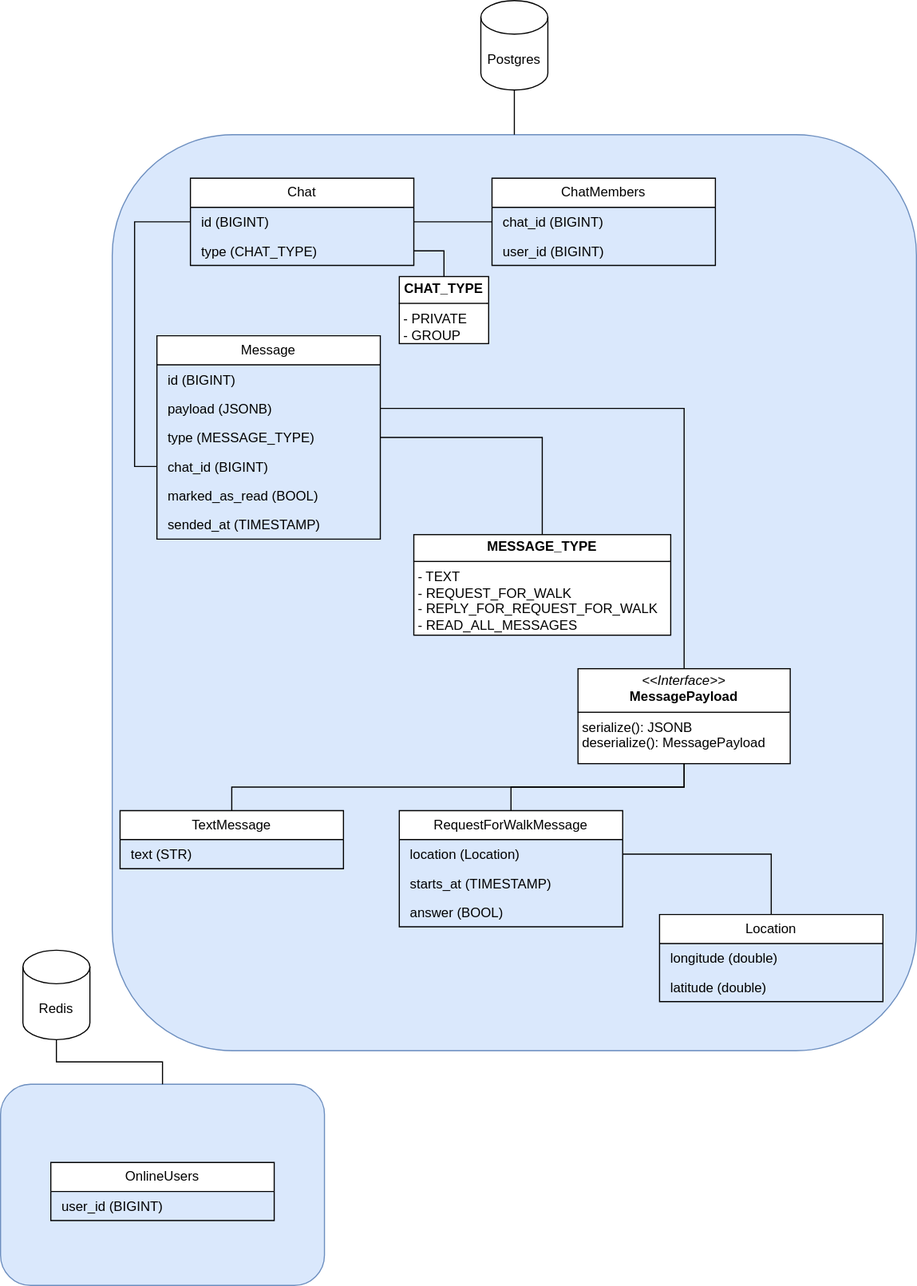
Above: doc/img/domain_model.drawio.svg in ru-random-walk/chat-service (draw.io), before the change. Source tidied: cells renumbered, new cells last; positions are measured from the earlier drawing's top-left corner, leaving out a move shared by most shapes.
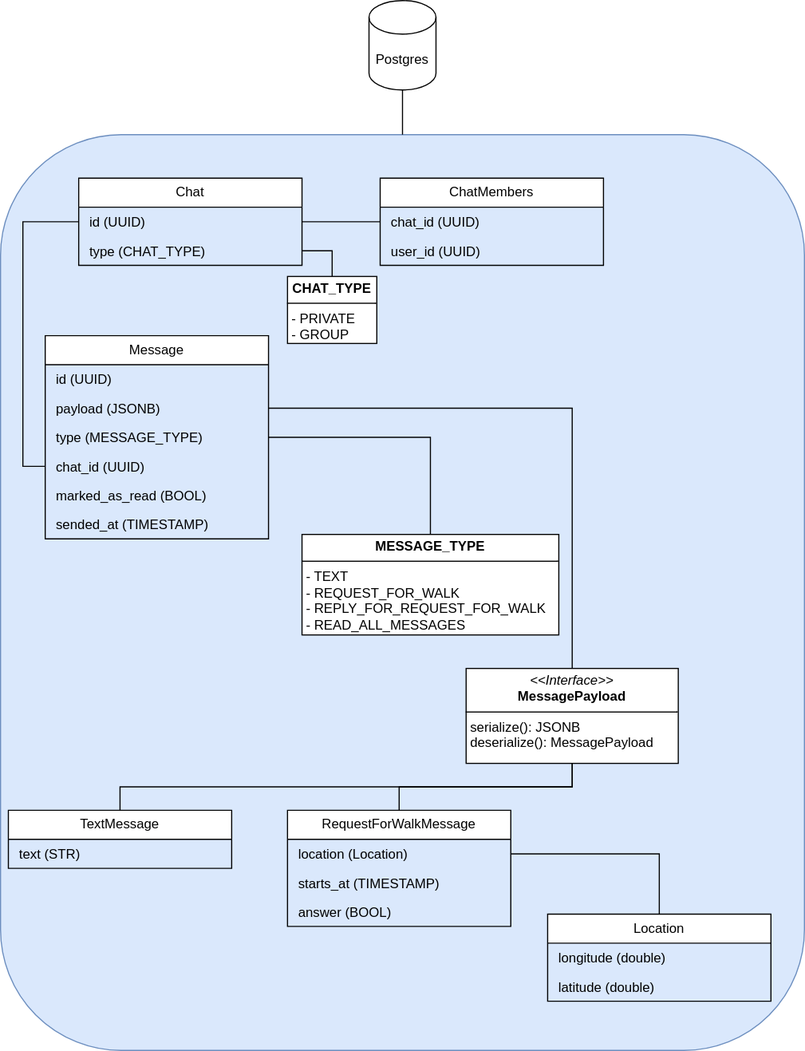
After the commit.

The edit, as a diff of the source:
```diff
@@ -2,16 +2,13 @@
   <root>
     <mxCell id="0" />
     <mxCell id="1" parent="0" />
-    <mxCell id="2" style="rounded=1;whiteSpace=wrap;html=1;fontFamily=Helvetica;fontSize=11;labelBackgroundColor=default;fillColor=#dae8fc;strokeColor=#6c8ebf;" parent="1" vertex="1">
-      <mxGeometry y="970" width="290" height="180" as="geometry" />
-    </mxCell>
     <mxCell id="3" style="rounded=1;whiteSpace=wrap;html=1;fontFamily=Helvetica;fontSize=11;labelBackgroundColor=default;fillColor=#dae8fc;strokeColor=#6c8ebf;" parent="1" vertex="1">
       <mxGeometry x="100" y="120" width="720" height="820" as="geometry" />
     </mxCell>
     <mxCell id="4" value="Message" style="swimlane;fontStyle=0;horizontal=1;startSize=26;fillColor=#FFFFFF;whiteSpace=wrap;html=1;" parent="1" vertex="1">
       <mxGeometry x="140" y="300" width="200" height="182" as="geometry" />
     </mxCell>
-    <mxCell id="5" value="&lt;p style=&quot;margin: 0px 0px 0px 4px;&quot;&gt;id (BIGINT)&lt;/p&gt;" style="text;strokeColor=none;fillColor=none;align=left;verticalAlign=top;spacingLeft=4;spacingRight=4;overflow=hidden;whiteSpace=wrap;html=1;" parent="4" vertex="1">
+    <mxCell id="5" value="&lt;p style=&quot;margin: 0px 0px 0px 4px;&quot;&gt;id (UUID)&lt;/p&gt;" style="text;strokeColor=none;fillColor=none;align=left;verticalAlign=top;spacingLeft=4;spacingRight=4;overflow=hidden;whiteSpace=wrap;html=1;" parent="4" vertex="1">
       <mxGeometry y="26" width="200" height="26" as="geometry" />
     </mxCell>
     <mxCell id="6" value="&lt;p style=&quot;margin: 0px 0px 0px 4px;&quot;&gt;payload (JSONB)&lt;/p&gt;" style="text;strokeColor=none;fillColor=none;align=left;verticalAlign=top;spacingLeft=4;spacingRight=4;overflow=hidden;points=[[0,0.5],[1,0.5]];portConstraint=eastwest;whiteSpace=wrap;html=1;" parent="4" vertex="1">
@@ -20,7 +17,7 @@
     <mxCell id="7" value="&lt;div&gt;&lt;p style=&quot;margin: 0px 0px 0px 4px;&quot;&gt;type (MESSAGE_TYPE)&lt;/p&gt;&lt;/div&gt;" style="text;strokeColor=none;fillColor=none;align=left;verticalAlign=top;spacingLeft=4;spacingRight=4;overflow=hidden;points=[[0,0.5],[1,0.5]];portConstraint=eastwest;whiteSpace=wrap;html=1;" parent="4" vertex="1">
       <mxGeometry y="78" width="200" height="26" as="geometry" />
     </mxCell>
-    <mxCell id="8" value="&lt;p style=&quot;margin: 0px 0px 0px 4px;&quot;&gt;chat_id (BIGINT)&lt;br&gt;&lt;/p&gt;" style="text;strokeColor=none;fillColor=none;align=left;verticalAlign=top;spacingLeft=4;spacingRight=4;overflow=hidden;points=[[0,0.5],[1,0.5]];portConstraint=eastwest;whiteSpace=wrap;html=1;" parent="4" vertex="1">
+    <mxCell id="8" value="&lt;p style=&quot;margin: 0px 0px 0px 4px;&quot;&gt;chat_id (UUID)&lt;br&gt;&lt;/p&gt;" style="text;strokeColor=none;fillColor=none;align=left;verticalAlign=top;spacingLeft=4;spacingRight=4;overflow=hidden;points=[[0,0.5],[1,0.5]];portConstraint=eastwest;whiteSpace=wrap;html=1;" parent="4" vertex="1">
       <mxGeometry y="104" width="200" height="26" as="geometry" />
     </mxCell>
     <mxCell id="9" value="&lt;p style=&quot;margin: 0px 0px 0px 4px;&quot;&gt;marked_as_read (BOOL)&lt;/p&gt;" style="text;strokeColor=none;fillColor=none;align=left;verticalAlign=top;spacingLeft=4;spacingRight=4;overflow=hidden;whiteSpace=wrap;html=1;" parent="4" vertex="1">
@@ -77,18 +74,6 @@
     <mxCell id="26" style="edgeStyle=orthogonalEdgeStyle;rounded=0;jettySize=auto;html=1;exitX=1;exitY=0.5;exitDx=0;exitDy=0;endArrow=none;endFill=0;" parent="1" edge="1" source="20" target="23">
       <mxGeometry relative="1" as="geometry" />
     </mxCell>
-    <mxCell id="27" value="OnlineUsers" style="swimlane;fontStyle=0;horizontal=1;startSize=26;fillColor=#FFFFFF;whiteSpace=wrap;html=1;" parent="1" vertex="1">
-      <mxGeometry x="45" y="1040" width="200" height="52" as="geometry" />
-    </mxCell>
-    <mxCell id="28" value="&lt;p style=&quot;margin: 0px 0px 0px 4px;&quot;&gt;&lt;span style=&quot;background-color: initial;&quot;&gt;user_id (BIGINT)&lt;/span&gt;&lt;br&gt;&lt;/p&gt;" style="text;strokeColor=none;fillColor=none;align=left;verticalAlign=top;spacingLeft=4;spacingRight=4;overflow=hidden;whiteSpace=wrap;html=1;" parent="27" vertex="1">
-      <mxGeometry y="26" width="200" height="26" as="geometry" />
-    </mxCell>
-    <mxCell id="29" style="edgeStyle=orthogonalEdgeStyle;shape=connector;rounded=0;jettySize=auto;html=1;exitX=0.5;exitY=1;exitDx=0;exitDy=0;exitPerimeter=0;strokeColor=default;align=center;verticalAlign=middle;fontFamily=Helvetica;fontSize=11;fontColor=default;labelBackgroundColor=default;endArrow=none;endFill=0;" parent="1" edge="1" source="30" target="2">
-      <mxGeometry relative="1" as="geometry" />
-    </mxCell>
-    <mxCell id="30" value="Redis" style="shape=cylinder3;whiteSpace=wrap;html=1;boundedLbl=1;backgroundOutline=1;size=15;" parent="1" vertex="1">
-      <mxGeometry x="20" y="850" width="60" height="80" as="geometry" />
-    </mxCell>
     <mxCell id="31" style="edgeStyle=orthogonalEdgeStyle;shape=connector;rounded=0;jettySize=auto;html=1;exitX=0.5;exitY=1;exitDx=0;exitDy=0;exitPerimeter=0;entryX=0.5;entryY=0;entryDx=0;entryDy=0;strokeColor=default;align=center;verticalAlign=middle;fontFamily=Helvetica;fontSize=11;fontColor=default;labelBackgroundColor=default;endArrow=none;endFill=0;" parent="1" edge="1" source="32" target="3">
       <mxGeometry relative="1" as="geometry" />
     </mxCell>
@@ -98,7 +83,7 @@
     <mxCell id="33" value="Chat" style="swimlane;fontStyle=0;horizontal=1;startSize=26;fillColor=#FFFFFF;whiteSpace=wrap;html=1;" parent="1" vertex="1">
       <mxGeometry x="170" y="159" width="200" height="78" as="geometry" />
     </mxCell>
-    <mxCell id="34" value="&lt;p style=&quot;margin: 0px 0px 0px 4px;&quot;&gt;id (BIGINT)&lt;/p&gt;" style="text;strokeColor=none;fillColor=none;align=left;verticalAlign=top;spacingLeft=4;spacingRight=4;overflow=hidden;points=[[0,0.5],[1,0.5]];portConstraint=eastwest;whiteSpace=wrap;html=1;" parent="33" vertex="1">
+    <mxCell id="34" value="&lt;p style=&quot;margin: 0px 0px 0px 4px;&quot;&gt;id (UUID)&lt;/p&gt;" style="text;strokeColor=none;fillColor=none;align=left;verticalAlign=top;spacingLeft=4;spacingRight=4;overflow=hidden;points=[[0,0.5],[1,0.5]];portConstraint=eastwest;whiteSpace=wrap;html=1;" parent="33" vertex="1">
       <mxGeometry y="26" width="200" height="26" as="geometry" />
     </mxCell>
     <mxCell id="35" value="&lt;div&gt;&lt;p style=&quot;margin: 0px 0px 0px 4px;&quot;&gt;type (CHAT_TYPE)&lt;/p&gt;&lt;/div&gt;" style="text;strokeColor=none;fillColor=none;align=left;verticalAlign=top;spacingLeft=4;spacingRight=4;overflow=hidden;points=[[0,0.5],[1,0.5]];portConstraint=eastwest;whiteSpace=wrap;html=1;" parent="33" vertex="1">
@@ -113,10 +98,10 @@
     <mxCell id="38" value="ChatMembers" style="swimlane;fontStyle=0;horizontal=1;startSize=26;fillColor=#FFFFFF;whiteSpace=wrap;html=1;" parent="1" vertex="1">
       <mxGeometry x="440" y="159" width="200" height="78" as="geometry" />
     </mxCell>
-    <mxCell id="39" value="&lt;p style=&quot;margin: 0px 0px 0px 4px;&quot;&gt;chat_id (BIGINT)&lt;/p&gt;" style="text;strokeColor=none;fillColor=none;align=left;verticalAlign=top;spacingLeft=4;spacingRight=4;overflow=hidden;points=[[0,0.5],[1,0.5]];portConstraint=eastwest;whiteSpace=wrap;html=1;" parent="38" vertex="1">
+    <mxCell id="39" value="&lt;p style=&quot;margin: 0px 0px 0px 4px;&quot;&gt;chat_id (UUID)&lt;/p&gt;" style="text;strokeColor=none;fillColor=none;align=left;verticalAlign=top;spacingLeft=4;spacingRight=4;overflow=hidden;points=[[0,0.5],[1,0.5]];portConstraint=eastwest;whiteSpace=wrap;html=1;" parent="38" vertex="1">
       <mxGeometry y="26" width="200" height="26" as="geometry" />
     </mxCell>
-    <mxCell id="40" value="&lt;p style=&quot;margin: 0px 0px 0px 4px;&quot;&gt;user_id (BIGINT)&lt;br&gt;&lt;/p&gt;" style="text;strokeColor=none;fillColor=none;align=left;verticalAlign=top;spacingLeft=4;spacingRight=4;overflow=hidden;whiteSpace=wrap;html=1;" parent="38" vertex="1">
+    <mxCell id="40" value="&lt;p style=&quot;margin: 0px 0px 0px 4px;&quot;&gt;user_id (UUID)&lt;br&gt;&lt;/p&gt;" style="text;strokeColor=none;fillColor=none;align=left;verticalAlign=top;spacingLeft=4;spacingRight=4;overflow=hidden;whiteSpace=wrap;html=1;" parent="38" vertex="1">
       <mxGeometry y="52" width="200" height="26" as="geometry" />
     </mxCell>
     <mxCell id="41" style="edgeStyle=orthogonalEdgeStyle;shape=connector;rounded=0;jettySize=auto;html=1;exitX=1;exitY=0.5;exitDx=0;exitDy=0;entryX=0;entryY=0.5;entryDx=0;entryDy=0;strokeColor=default;align=center;verticalAlign=middle;fontFamily=Helvetica;fontSize=11;fontColor=default;labelBackgroundColor=default;endArrow=none;endFill=0;" parent="1" edge="1" source="34" target="39">
```
